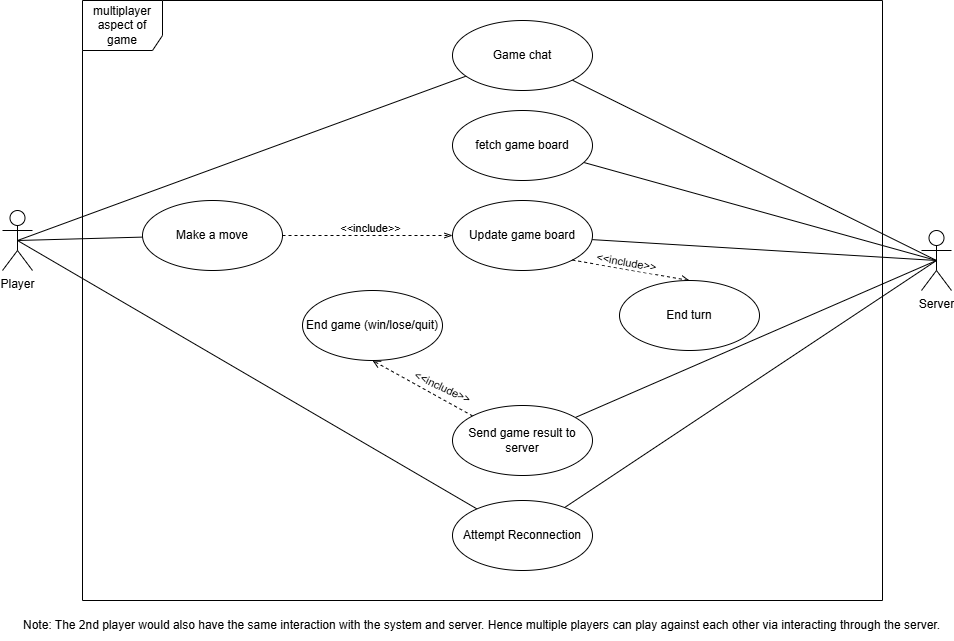
SarimEkram/Multiplayer-Board-platform keeps this draw.io diagram as iteration1_deliverables/use_case_diagrams/use_case_diagram_networking.png. Above is the earlier version. Source tidied: cells renumbered, new cells last; positions are measured from the earlier drawing's top-left corner, leaving out a move shared by most shapes.
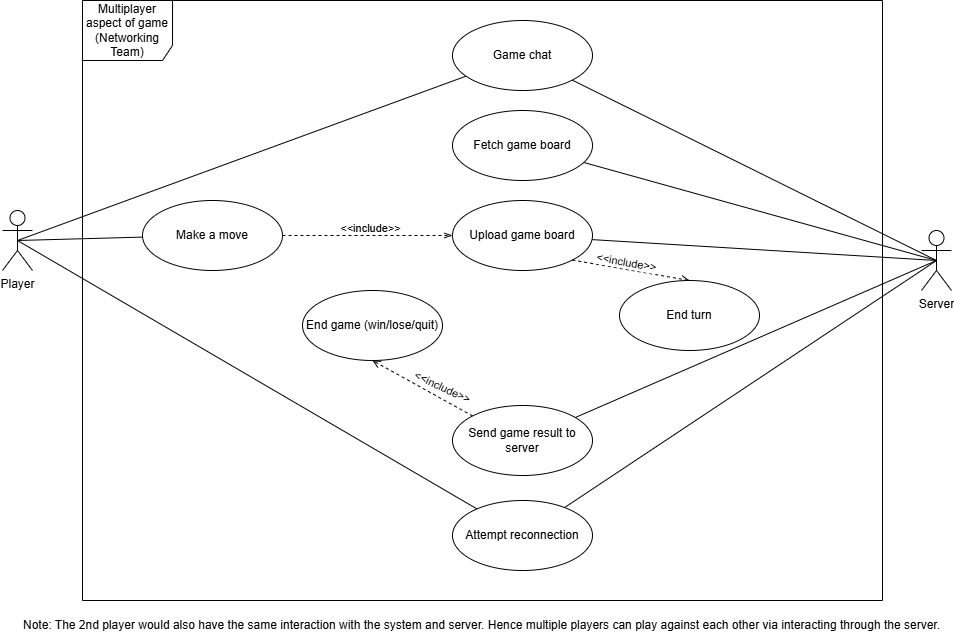
Above is the later version.

Commit message:
Updated naming of some use cases to make it clearer.

Change to the diagram source:
```diff
@@ -2,7 +2,7 @@
   <root>
     <mxCell id="0" />
     <mxCell id="1" parent="0" />
-    <mxCell id="2" value="multiplayer aspect of game" style="shape=umlFrame;whiteSpace=wrap;html=1;width=80;height=50;" parent="1" vertex="1">
+    <mxCell id="2" value="Multiplayer aspect of game (Networking Team)" style="shape=umlFrame;whiteSpace=wrap;html=1;width=90;height=60;" parent="1" vertex="1">
       <mxGeometry x="80" width="800" height="600" as="geometry" />
     </mxCell>
     <mxCell id="3" value="Player" style="shape=umlActor;verticalLabelPosition=bottom;verticalAlign=top;html=1;" parent="1" vertex="1">
@@ -37,7 +37,7 @@
     <mxCell id="12" style="rounded=0;jettySize=auto;html=1;endArrow=none;startFill=0;entryX=0.5;entryY=0.5;entryDx=0;entryDy=0;entryPerimeter=0;" parent="1" edge="1" source="13" target="4">
       <mxGeometry relative="1" as="geometry" />
     </mxCell>
-    <mxCell id="13" value="Update game board" style="ellipse;whiteSpace=wrap;html=1;" parent="1" vertex="1">
+    <mxCell id="13" value="Upload game board" style="ellipse;whiteSpace=wrap;html=1;" parent="1" vertex="1">
       <mxGeometry x="450" y="200" width="140" height="70" as="geometry" />
     </mxCell>
     <mxCell id="14" style="rounded=0;jettySize=auto;html=1;endArrow=open;endFill=0;dashed=1;exitX=1;exitY=1;exitDx=0;exitDy=0;entryX=0.5;entryY=0;entryDx=0;entryDy=0;" parent="1" edge="1" source="13" target="16">
@@ -74,13 +74,13 @@
     <mxCell id="23" style="rounded=0;jettySize=auto;html=1;endArrow=none;endFill=0;entryX=0.5;entryY=0.5;entryDx=0;entryDy=0;entryPerimeter=0;startFill=0;" parent="1" edge="1" source="24" target="3">
       <mxGeometry relative="1" as="geometry" />
     </mxCell>
-    <mxCell id="24" value="Attempt Reconnection" style="ellipse;whiteSpace=wrap;html=1;" parent="1" vertex="1">
+    <mxCell id="24" value="Attempt reconnection" style="ellipse;whiteSpace=wrap;html=1;" parent="1" vertex="1">
       <mxGeometry x="450" y="500" width="140" height="70" as="geometry" />
     </mxCell>
     <mxCell id="25" style="rounded=0;jettySize=auto;html=1;endArrow=none;startFill=0;entryX=0.5;entryY=0.5;entryDx=0;entryDy=0;entryPerimeter=0;" parent="1" edge="1" source="26" target="4">
       <mxGeometry relative="1" as="geometry" />
     </mxCell>
-    <mxCell id="26" value="fetch game board" style="ellipse;whiteSpace=wrap;html=1;" parent="1" vertex="1">
+    <mxCell id="26" value="Fetch game board" style="ellipse;whiteSpace=wrap;html=1;" parent="1" vertex="1">
       <mxGeometry x="450" y="110" width="140" height="70" as="geometry" />
     </mxCell>
     <mxCell id="27" value="Note: The 2nd player would also have the same interaction with the system and server. Hence multiple players can play against each other via interacting through the server." style="text;html=1;align=center;verticalAlign=middle;strokeColor=none;fillColor=none;" parent="1" vertex="1">
```
